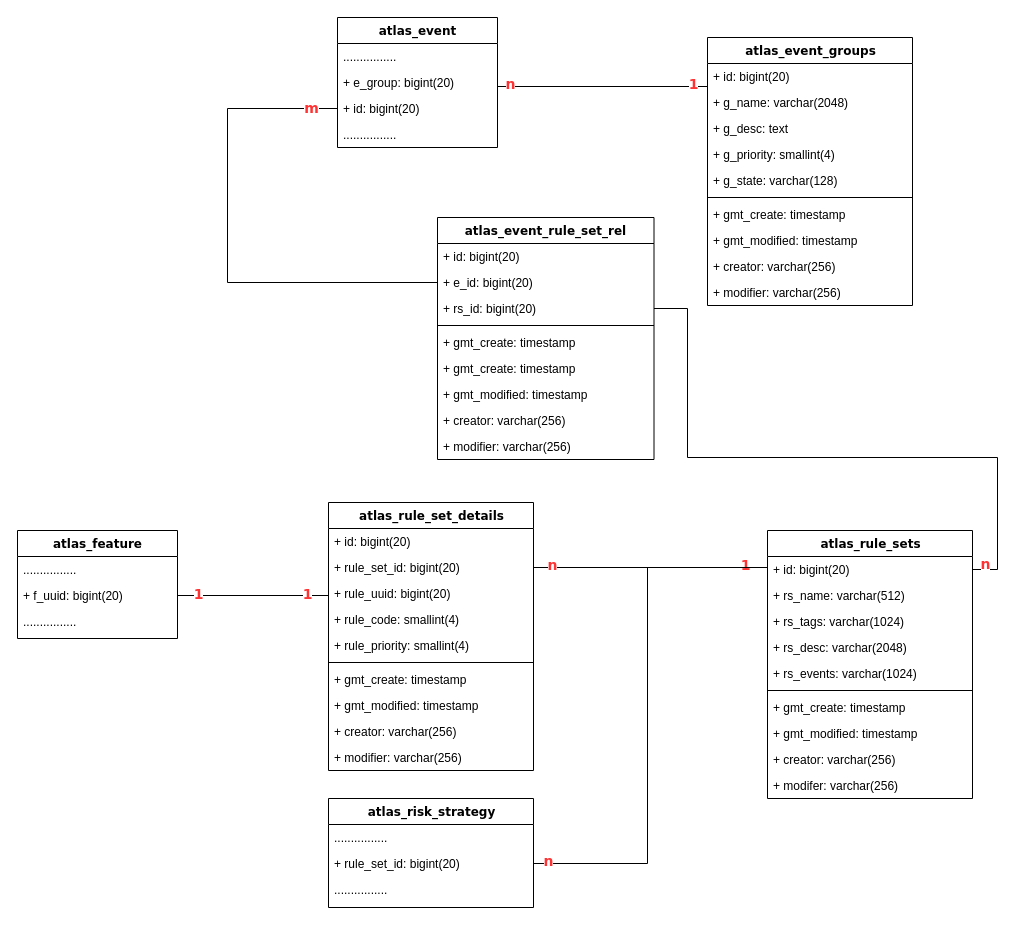
This is risk_rule_sets.drawio from learn2Pro/draw_io_save, a draw.io file, before an edit. Source tidied: cells renumbered, new cells numbered last; positions are measured from the earlier drawing's top-left corner, leaving out a move shared by most shapes. Both pictures are drawn from the tidied source at 100%, with x=0, y=0 at pixel (17, 17).
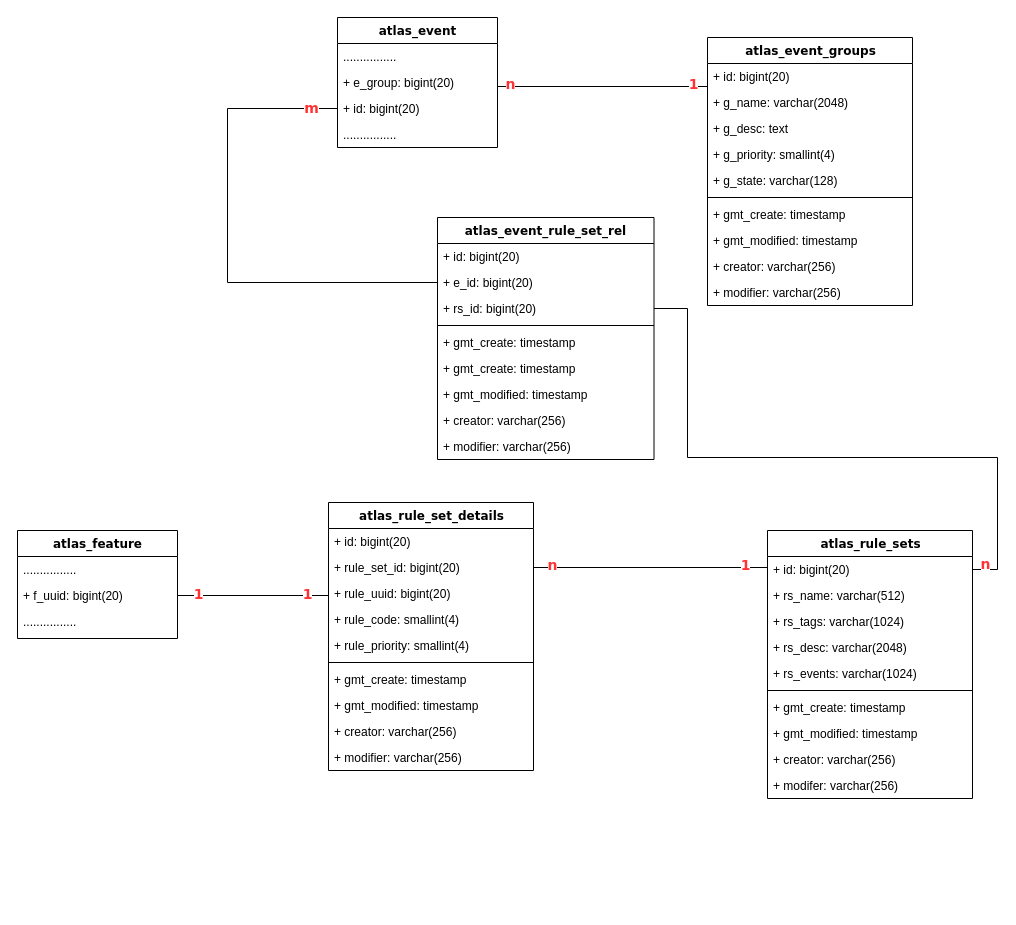
Above is the later version.

Unchanged cells that the change refers to:
```xml
<mxCell id="33" value="+ id: bigint(20)" style="text;html=1;strokeColor=none;fillColor=none;align=left;verticalAlign=top;spacingLeft=4;spacingRight=4;whiteSpace=wrap;overflow=hidden;points=[[0,0.5],[1,0.5]];portConstraint=eastwest;" parent="32" vertex="1">
  <mxGeometry y="26" width="205" height="26" as="geometry" />
</mxCell>
```

The edit, as a diff of the source:
```diff
@@
-    <mxCell id="67" value="atlas_risk_strategy" style="swimlane;html=1;fontStyle=1;align=center;verticalAlign=top;horizontal=1;startSize=26;swimlaneFillColor=#ffffff;rounded=0;shadow=0;comic=0;labelBackgroundColor=none;strokeWidth=1;fillColor=none;fontFamily=Verdana;fontSize=12;" parent="1" vertex="1">
-      <mxGeometry x="311" y="781" width="205" height="109" as="geometry" />
-    </mxCell>
-    <mxCell id="68" value="................" style="text;html=1;strokeColor=none;fillColor=none;align=left;verticalAlign=top;spacingLeft=4;spacingRight=4;whiteSpace=wrap;overflow=hidden;" parent="67" vertex="1">
-      <mxGeometry y="26" width="205" height="26" as="geometry" />
-    </mxCell>
-    <mxCell id="69" value="+ rule_set_id: bigint(20)" style="text;html=1;strokeColor=none;fillColor=none;align=left;verticalAlign=top;spacingLeft=4;spacingRight=4;whiteSpace=wrap;overflow=hidden;points=[[0,0.5],[1,0.5]];portConstraint=eastwest;" parent="67" vertex="1">
-      <mxGeometry y="52" width="205" height="26" as="geometry" />
-    </mxCell>
-    <mxCell id="70" value="................" style="text;html=1;strokeColor=none;fillColor=none;align=left;verticalAlign=top;spacingLeft=4;spacingRight=4;whiteSpace=wrap;overflow=hidden;" parent="67" vertex="1">
-      <mxGeometry y="78" width="205" height="26" as="geometry" />
-    </mxCell>
-    <mxCell id="71" style="edgeStyle=orthogonalEdgeStyle;rounded=0;html=1;labelBackgroundColor=none;startArrow=none;startFill=0;startSize=8;endArrow=none;endFill=0;endSize=16;fontFamily=Verdana;fontSize=12;exitX=0;exitY=0.5;exitDx=0;exitDy=0;entryX=1;entryY=0.5;entryDx=0;entryDy=0;" parent="1" edge="1" source="33" target="69">
-      <mxGeometry relative="1" as="geometry">
-        <Array as="points">
-          <mxPoint x="750" y="550" />
-          <mxPoint x="630" y="550" />
-          <mxPoint x="630" y="846" />
-        </Array>
-      </mxGeometry>
-    </mxCell>
-    <mxCell id="72" value="&lt;b&gt;&lt;font style=&quot;font-size: 14px&quot;&gt;n&lt;/font&gt;&lt;/b&gt;" style="text;html=1;align=center;verticalAlign=middle;labelBackgroundColor=#ffffff;fontSize=12;fontFamily=Verdana;fontColor=#FF3333;" parent="71" vertex="1">
-      <mxGeometry x="0.89" y="-1" relative="1" as="geometry">
-        <mxPoint x="-15" y="-2" as="offset" />
-      </mxGeometry>
-    </mxCell>
```
